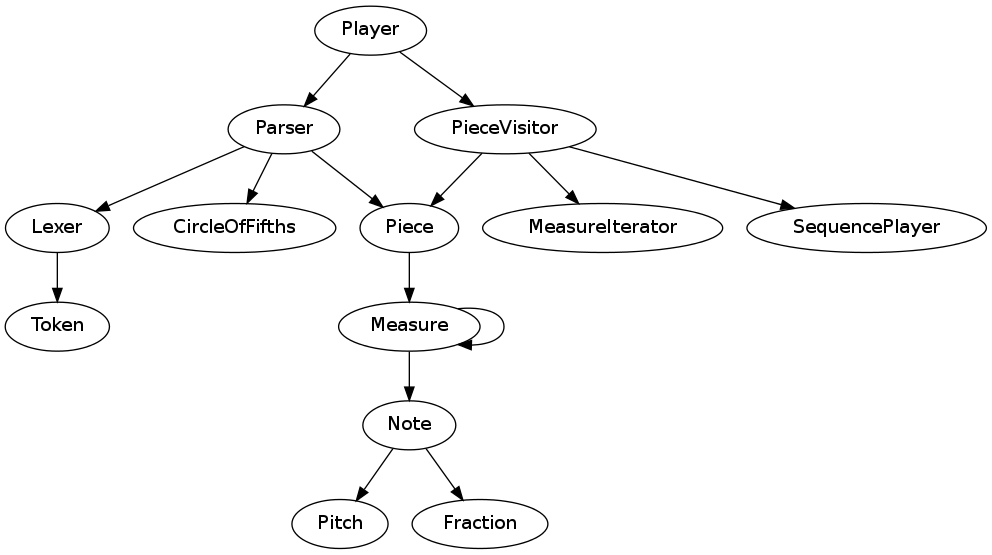
Zomega/abcplayer keeps this Graphviz diagram as design/classes.png. Above is the earlier version. Its source is kept beside it as design/classes.dot. Its diagram source:
```dot


digraph Classes {
	Parser -> Lexer -> Token;
	Parser -> CircleOfFifths
	Parser -> Piece;
	PieceVisitor -> Piece;
	PieceVisitor -> MeasureIterator;
	Piece->Measure->Note;
	Measure->Measure;
	Note->Pitch;
	Note->Fraction;
	Player -> Parser;
	Player -> PieceVisitor -> SequencePlayer;
}
```
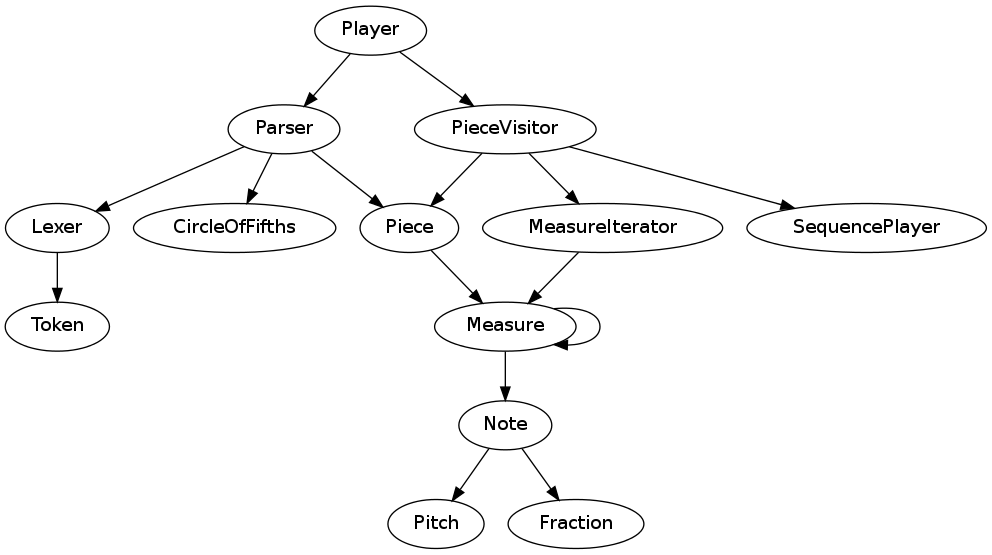
The same diagram one commit later.

Commit message:
Make MeasureIterator depend on Measure.... oops.

Change to the diagram source:
```diff
@@ -5,7 +5,7 @@
 	Parser -> CircleOfFifths
 	Parser -> Piece;
 	PieceVisitor -> Piece;
-	PieceVisitor -> MeasureIterator;
+	PieceVisitor -> MeasureIterator->Measure;
 	Piece->Measure->Note;
 	Measure->Measure;
 	Note->Pitch;
```
